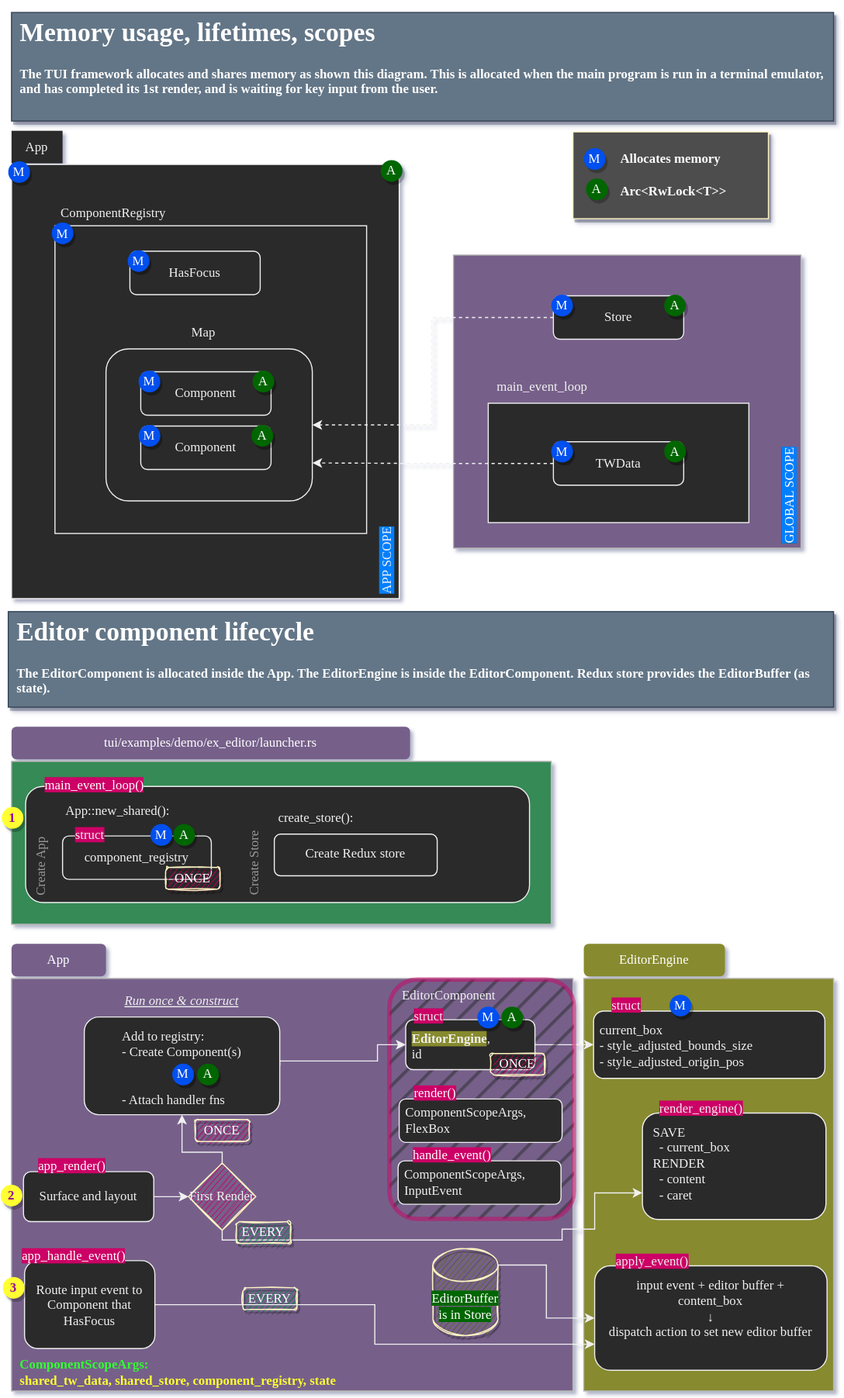
Before: docs/memory-architecture.drawio.svg, a diagram exported from draw.io (r3bl-org/r3bl-open-core). Source tidied: cells renumbered, new cells last; positions are measured from the earlier drawing's top-left corner, leaving out a move shared by most shapes.
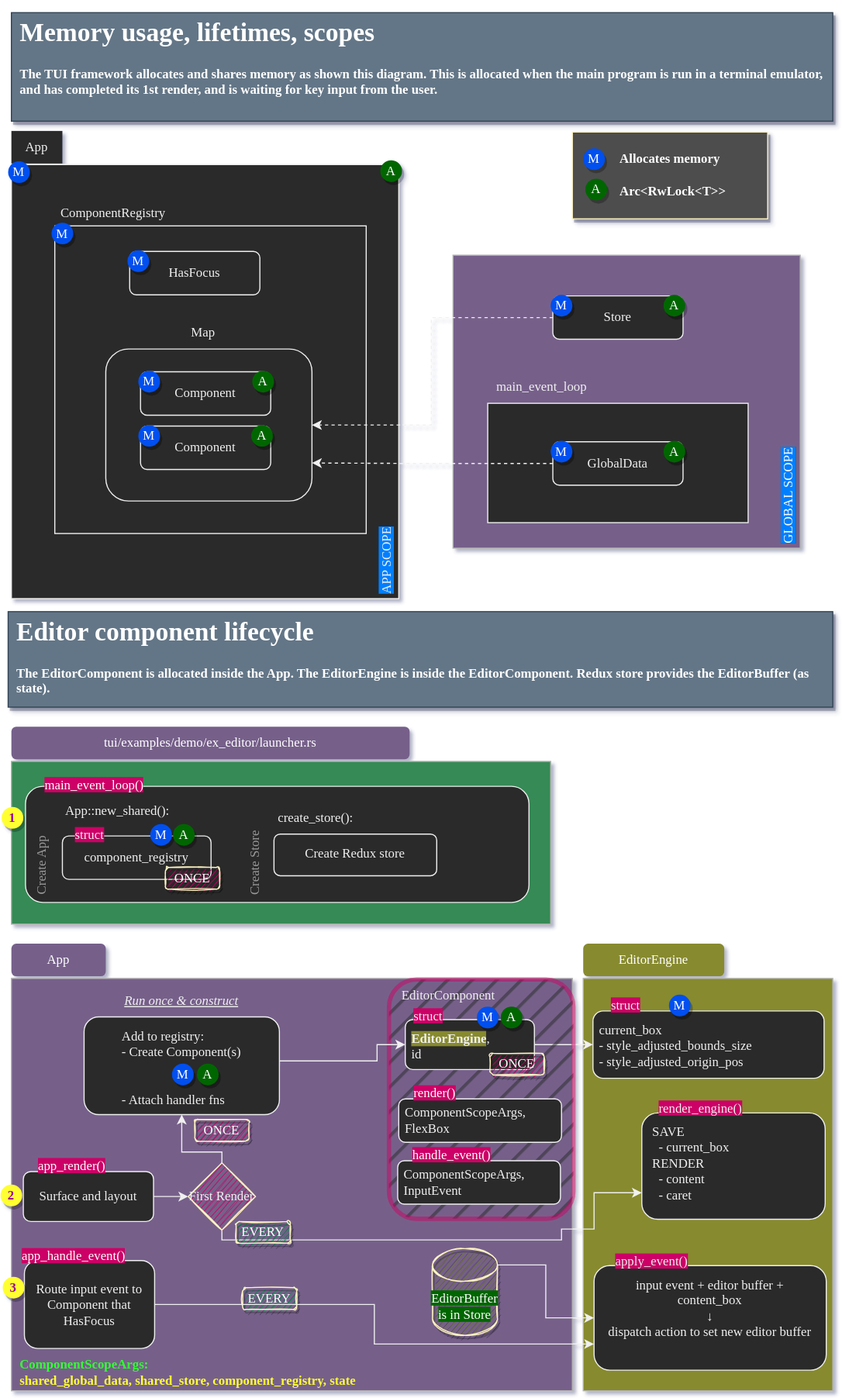
Above is the later version.

What changed in the source:
```diff
@@ -17,7 +17,7 @@
     <mxCell id="6" style="group;fontFamily=Fira Code;fontSource=https%3A%2F%2Ffonts.googleapis.com%2Fcss%3Ffamily%3DFira%2BCode;spacing=4;" parent="1" vertex="1">
       <mxGeometry x="527" y="394.5" width="124" height="41" as="geometry" />
     </mxCell>
-    <mxCell id="7" value="TWData" style="rounded=1;whiteSpace=wrap;html=1;fontFamily=Fira Code;fontSource=https%3A%2F%2Ffonts.googleapis.com%2Fcss%3Ffamily%3DFira%2BCode;spacing=4;" parent="6" vertex="1">
+    <mxCell id="7" value="GlobalData" style="rounded=1;whiteSpace=wrap;html=1;fontFamily=Fira Code;fontSource=https%3A%2F%2Ffonts.googleapis.com%2Fcss%3Ffamily%3DFira%2BCode;spacing=4;" parent="6" vertex="1">
       <mxGeometry x="2" y="1" width="120" height="40" as="geometry" />
     </mxCell>
     <mxCell id="8" value="M" style="ellipse;whiteSpace=wrap;html=1;fillColor=#0050ef;fontColor=#ffffff;strokeColor=none;shadow=1;fontFamily=Fira Code;fontSource=https%3A%2F%2Ffonts.googleapis.com%2Fcss%3Ffamily%3DFira%2BCode;spacing=4;" parent="6" vertex="1">
@@ -181,8 +181,8 @@
     <mxCell id="56" value="EditorComponent" style="text;html=1;strokeColor=none;fillColor=none;align=left;verticalAlign=middle;whiteSpace=wrap;rounded=0;fontFamily=Fira Code;fontSource=https%3A%2F%2Ffonts.googleapis.com%2Fcss%3Ffamily%3DFira%2BCode;spacing=4;" parent="1" vertex="1">
       <mxGeometry x="386" y="891" width="60" height="30" as="geometry" />
     </mxCell>
-    <mxCell id="57" value="&lt;font color=&quot;#33ff33&quot;&gt;ComponentScopeArgs: &lt;br&gt;&lt;/font&gt;&lt;font color=&quot;#ffff33&quot;&gt;shared_tw_data, shared_store, component_registry, state&lt;/font&gt;" style="text;html=1;strokeColor=none;fillColor=none;align=left;verticalAlign=middle;whiteSpace=wrap;rounded=0;fontFamily=Victor Mono;fontSource=https%3A%2F%2Ffonts.googleapis.com%2Fcss%3Ffamily%3DVictor%2BMono;spacing=4;fontColor=#FFFFFF;fontStyle=1;" parent="1" vertex="1">
-      <mxGeometry x="34" y="1238" width="412" height="30" as="geometry" />
+    <mxCell id="57" value="&lt;font color=&quot;#33ff33&quot;&gt;ComponentScopeArgs: &lt;br&gt;&lt;/font&gt;&lt;font color=&quot;#ffff33&quot;&gt;shared_global_data, shared_store, component_registry, state&lt;/font&gt;" style="text;html=1;strokeColor=none;fillColor=none;align=left;verticalAlign=middle;whiteSpace=wrap;rounded=0;fontFamily=Victor Mono;fontSource=https%3A%2F%2Ffonts.googleapis.com%2Fcss%3Ffamily%3DVictor%2BMono;spacing=4;fontColor=#FFFFFF;fontStyle=1;" parent="1" vertex="1">
+      <mxGeometry x="34" y="1238" width="503" height="30" as="geometry" />
     </mxCell>
     <mxCell id="58" value="Route input event to Component that HasFocus" style="rounded=1;whiteSpace=wrap;html=1;fontFamily=Victor Mono;fontSource=https%3A%2F%2Ffonts.googleapis.com%2Fcss%3Ffamily%3DVictor%2BMono;spacing=6;align=center;" parent="1" vertex="1">
       <mxGeometry x="42" y="1150" width="120" height="81" as="geometry" />
```
